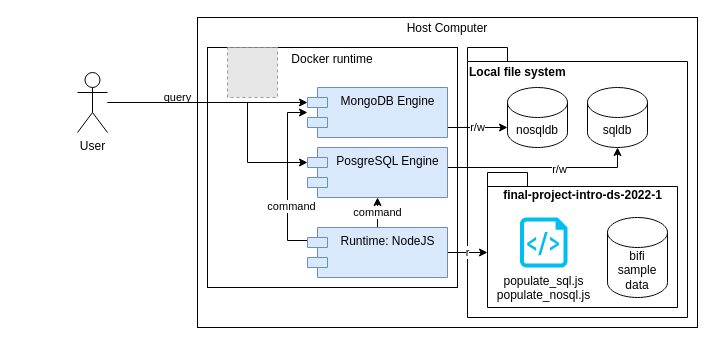
Above: page "exercise_scheme" (3 of 3) of 2_database_design_impl/assets/exercise_db_design_impl.drawio in alejandro56664-2/final-project-intro-ds-2022-1 (draw.io), before the change. Source tidied: cells renumbered, new cells numbered last; positions are measured from the earlier drawing's top-left corner, leaving out a move shared by most shapes. Both pictures are drawn from the tidied source at 100%, with x=0, y=0 at pixel (77, 17). Pictures stored in the file or linked from it are replaced by grey dashed boxes.
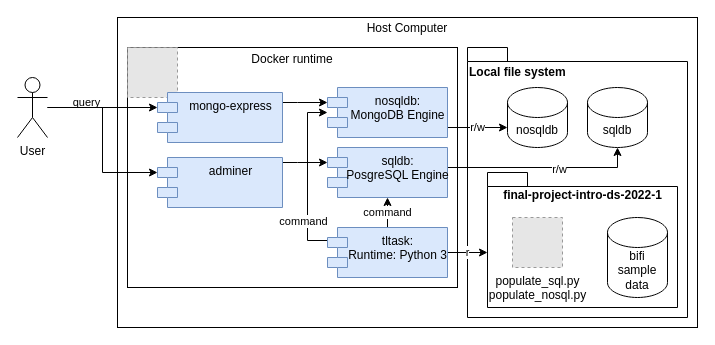
After the change.

The edit, as a diff of the source:
```diff
@@
     <mxCell id="2" value="&lt;div&gt;Host Computer&lt;/div&gt;&lt;div&gt;&lt;br&gt;&lt;/div&gt;&lt;div&gt;&lt;br&gt;&lt;/div&gt;&lt;div&gt;&lt;br&gt;&lt;/div&gt;&lt;div&gt;&lt;br&gt;&lt;/div&gt;&lt;div&gt;&lt;br&gt;&lt;/div&gt;&lt;div&gt;&lt;br&gt;&lt;/div&gt;&lt;div&gt;&lt;br&gt;&lt;/div&gt;&lt;div&gt;&lt;br&gt;&lt;/div&gt;&lt;div&gt;&lt;br&gt;&lt;/div&gt;&lt;div&gt;&lt;br&gt;&lt;/div&gt;&lt;div&gt;&lt;br&gt;&lt;/div&gt;&lt;div&gt;&lt;br&gt;&lt;/div&gt;&lt;div&gt;&lt;br&gt;&lt;/div&gt;&lt;div&gt;&lt;br&gt;&lt;/div&gt;&lt;div&gt;&lt;br&gt;&lt;/div&gt;&lt;div&gt;&lt;br&gt;&lt;/div&gt;&lt;div&gt;&lt;br&gt;&lt;/div&gt;&lt;div&gt;&lt;br&gt;&lt;/div&gt;&lt;div&gt;&lt;br&gt;&lt;/div&gt;&lt;div&gt;&lt;br&gt;&lt;/div&gt;" style="rounded=0;whiteSpace=wrap;html=1;" parent="1" vertex="1">
-      <mxGeometry x="120" width="500" height="310" as="geometry" />
+      <mxGeometry x="40" width="580" height="310" as="geometry" />
     </mxCell>
@@
     <mxCell id="4" value="&lt;div&gt;Docker runtime&lt;/div&gt;&lt;div&gt;&lt;br&gt;&lt;/div&gt;&lt;div&gt;&lt;br&gt;&lt;/div&gt;&lt;div&gt;&lt;br&gt;&lt;/div&gt;&lt;div&gt;&lt;br&gt;&lt;/div&gt;&lt;div&gt;&lt;br&gt;&lt;/div&gt;&lt;div&gt;&lt;br&gt;&lt;/div&gt;&lt;div&gt;&lt;br&gt;&lt;/div&gt;&lt;div&gt;&lt;br&gt;&lt;/div&gt;&lt;div&gt;&lt;br&gt;&lt;/div&gt;&lt;div&gt;&lt;br&gt;&lt;/div&gt;&lt;div&gt;&lt;br&gt;&lt;/div&gt;&lt;div&gt;&lt;br&gt;&lt;/div&gt;&lt;div&gt;&lt;br&gt;&lt;/div&gt;&lt;div&gt;&lt;br&gt;&lt;/div&gt;&lt;div&gt;&lt;br&gt;&lt;/div&gt;" style="rounded=0;whiteSpace=wrap;html=1;" parent="1" vertex="1">
-      <mxGeometry x="130" y="30" width="250" height="240" as="geometry" />
+      <mxGeometry x="50" y="30" width="330" height="240" as="geometry" />
     </mxCell>
@@
-    <mxCell id="6" value="MongoDB Engine" style="shape=module;align=center;spacingLeft=20;align=center;verticalAlign=top;fontFamily=Helvetica;fontSize=12;fontColor=default;strokeColor=#6c8ebf;fillColor=#dae8fc;html=1;" parent="1" vertex="1">
-      <mxGeometry x="230" y="70" width="140" height="50" as="geometry" />
+    <mxCell id="6" value="&lt;div&gt;nosqldb:&lt;br&gt;&lt;/div&gt;&lt;div&gt;MongoDB Engine&lt;/div&gt;" style="shape=module;align=center;spacingLeft=20;align=center;verticalAlign=top;fontFamily=Helvetica;fontSize=12;fontColor=default;strokeColor=#6c8ebf;fillColor=#dae8fc;html=1;" parent="1" vertex="1">
+      <mxGeometry x="250" y="70" width="120" height="50" as="geometry" />
     </mxCell>
@@
-    <mxCell id="9" value="PosgreSQL Engine" style="shape=module;align=center;spacingLeft=20;align=center;verticalAlign=top;fontFamily=Helvetica;fontSize=12;fontColor=default;strokeColor=#6c8ebf;fillColor=#dae8fc;html=1;" parent="1" vertex="1">
-      <mxGeometry x="230" y="130" width="140" height="50" as="geometry" />
+    <mxCell id="9" value="&lt;div&gt;sqldb:&lt;br&gt;&lt;/div&gt;&lt;div&gt;PosgreSQL Engine&lt;/div&gt;" style="shape=module;align=center;spacingLeft=20;align=center;verticalAlign=top;fontFamily=Helvetica;fontSize=12;fontColor=default;strokeColor=#6c8ebf;fillColor=#dae8fc;html=1;" parent="1" vertex="1">
+      <mxGeometry x="250" y="130" width="120" height="50" as="geometry" />
     </mxCell>
@@
     <mxCell id="11" style="edgeStyle=orthogonalEdgeStyle;rounded=0;jettySize=auto;html=1;" parent="1" edge="1" source="14" target="6">
       <mxGeometry relative="1" as="geometry">
         <Array as="points">
-          <mxPoint x="210" y="223" />
-          <mxPoint x="210" y="95" />
+          <mxPoint x="230" y="223" />
+          <mxPoint x="230" y="95" />
         </Array>
       </mxGeometry>
     </mxCell>
     <mxCell id="12" value="command" style="edgeLabel;html=1;align=center;verticalAlign=middle;" parent="11" vertex="1">
-      <mxGeometry x="-0.35" y="-3" relative="1" as="geometry" />
+      <mxGeometry x="-0.35" y="-3" relative="1" as="geometry">
+        <mxPoint x="-8" y="15" as="offset" />
+      </mxGeometry>
     </mxCell>
@@
-    <mxCell id="14" value="&lt;div&gt;Runtime: NodeJS &lt;br&gt;&lt;/div&gt;" style="shape=module;align=center;spacingLeft=20;align=center;verticalAlign=top;fontFamily=Helvetica;fontSize=12;fontColor=default;strokeColor=#6c8ebf;fillColor=#dae8fc;html=1;" parent="1" vertex="1">
-      <mxGeometry x="230" y="210" width="140" height="50" as="geometry" />
+    <mxCell id="14" value="&lt;div&gt;tltask:&lt;br&gt;&lt;/div&gt;&lt;div&gt;Runtime: Python 3&lt;br&gt;&lt;/div&gt;" style="shape=module;align=center;spacingLeft=20;align=center;verticalAlign=top;fontFamily=Helvetica;fontSize=12;fontColor=default;strokeColor=#6c8ebf;fillColor=#dae8fc;html=1;" parent="1" vertex="1">
+      <mxGeometry x="250" y="210" width="120" height="50" as="geometry" />
     </mxCell>
-    <mxCell id="15" value="query" style="edgeStyle=orthogonalEdgeStyle;rounded=0;jettySize=auto;html=1;entryX=0;entryY=0;entryDx=0;entryDy=15;entryPerimeter=0;" parent="1" edge="1" source="17" target="6">
+    <mxCell id="15" value="query" style="edgeStyle=orthogonalEdgeStyle;rounded=0;jettySize=auto;html=1;entryX=0;entryY=0;entryDx=0;entryDy=15;entryPerimeter=0;" parent="1" edge="1" source="17" target="27">
       <mxGeometry x="-0.3" y="5" relative="1" as="geometry" />
     </mxCell>
-    <mxCell id="16" style="edgeStyle=orthogonalEdgeStyle;rounded=0;jettySize=auto;html=1;entryX=0;entryY=0;entryDx=0;entryDy=15;entryPerimeter=0;" parent="1" edge="1" source="17" target="9">
-      <mxGeometry relative="1" as="geometry">
-        <Array as="points">
-          <mxPoint x="170" y="85" />
-          <mxPoint x="170" y="145" />
-        </Array>
-      </mxGeometry>
-    </mxCell>
+    <mxCell id="24" style="edgeStyle=orthogonalEdgeStyle;rounded=0;jettySize=auto;html=1;entryX=0;entryY=0;entryDx=0;entryDy=15;entryPerimeter=0;" parent="1" edge="1" source="17" target="29">
+      <mxGeometry relative="1" as="geometry" />
+    </mxCell>
     <mxCell id="17" value="User" style="shape=umlActor;verticalLabelPosition=bottom;verticalAlign=top;html=1;outlineConnect=0;" parent="1" vertex="1">
-      <mxGeometry y="55" width="30" height="60" as="geometry" />
+      <mxGeometry x="-60" y="60" width="30" height="60" as="geometry" />
     </mxCell>
     <mxCell id="18" style="fillColor=#E6E6E6;strokeColor=#999999;dashed=1;html=1;verticalAlign=top;verticalLabelPosition=bottom;labelBackgroundColor=#ffffff;" parent="1" vertex="1">
-      <mxGeometry x="150" y="30" width="50" height="50" as="geometry" />
+      <mxGeometry x="50" y="30" width="50" height="50" as="geometry" />
     </mxCell>
@@
-    <mxCell id="20" value="&lt;div&gt;populate_sql.js&lt;/div&gt;&lt;div&gt;populate_nosql.js&lt;br&gt;&lt;/div&gt;" style="verticalLabelPosition=bottom;html=1;verticalAlign=top;align=center;strokeColor=none;fillColor=#00BEF2;shape=mxgraph.azure.script_file;" parent="1" vertex="1">
-      <mxGeometry x="442.5" y="200" width="47.5" height="50" as="geometry" />
-    </mxCell>
@@
+    <mxCell id="25" value="&lt;div&gt;populate_sql.py&lt;/div&gt;&lt;div&gt;populate_nosql.py&lt;br&gt;&lt;/div&gt;" style="fillColor=#E6E6E6;strokeColor=#999999;dashed=1;html=1;verticalAlign=top;verticalLabelPosition=bottom;labelBackgroundColor=#ffffff;" parent="1" vertex="1">
+      <mxGeometry x="435" y="200" width="50" height="50" as="geometry" />
+    </mxCell>
+    <mxCell id="26" style="edgeStyle=orthogonalEdgeStyle;rounded=0;jettySize=auto;html=1;entryX=0;entryY=0;entryDx=0;entryDy=15;entryPerimeter=0;" parent="1" edge="1" source="27" target="6">
+      <mxGeometry relative="1" as="geometry">
+        <Array as="points">
+          <mxPoint x="220" y="85" />
+          <mxPoint x="220" y="85" />
+        </Array>
+      </mxGeometry>
+    </mxCell>
+    <mxCell id="27" value="mongo-express" style="shape=module;align=center;spacingLeft=20;align=center;verticalAlign=top;fontFamily=Helvetica;fontSize=12;fontColor=default;strokeColor=#6c8ebf;fillColor=#dae8fc;html=1;" parent="1" vertex="1">
+      <mxGeometry x="80" y="75" width="125" height="50" as="geometry" />
+    </mxCell>
+    <mxCell id="28" style="edgeStyle=orthogonalEdgeStyle;rounded=0;jettySize=auto;html=1;entryX=0;entryY=0;entryDx=0;entryDy=15;entryPerimeter=0;" parent="1" edge="1" source="29" target="9">
+      <mxGeometry relative="1" as="geometry">
+        <Array as="points">
+          <mxPoint x="220" y="145" />
+          <mxPoint x="220" y="145" />
+        </Array>
+      </mxGeometry>
+    </mxCell>
+    <mxCell id="29" value="adminer" style="shape=module;align=center;spacingLeft=20;align=center;verticalAlign=top;fontFamily=Helvetica;fontSize=12;fontColor=default;strokeColor=#6c8ebf;fillColor=#dae8fc;html=1;" parent="1" vertex="1">
+      <mxGeometry x="80" y="140" width="125" height="50" as="geometry" />
+    </mxCell>
```
